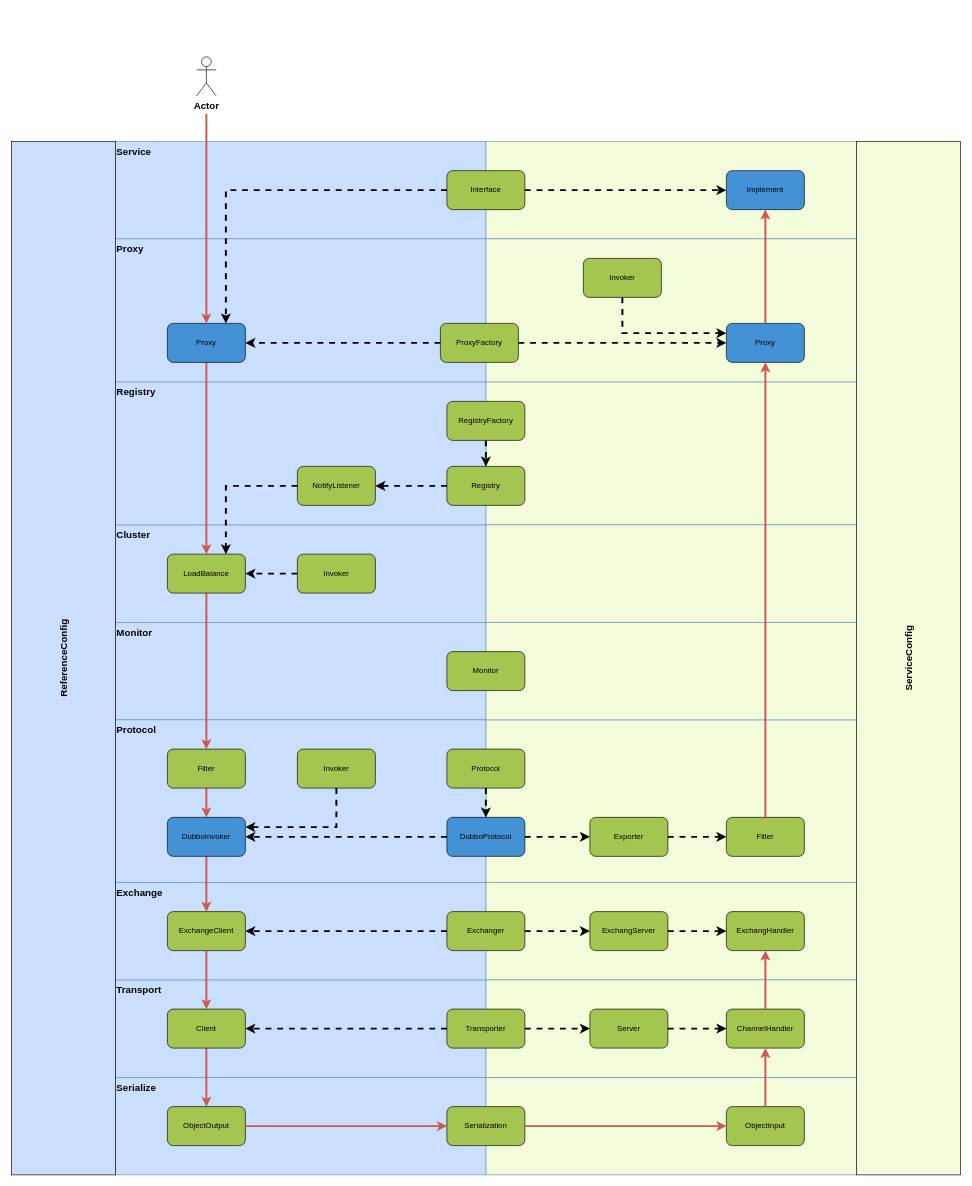
The draw.io diagram dubbo-demo/doc/随记.drawio in sxydh/m-demo, before the edit. Source tidied: cells renumbered, new cells numbered last; positions are measured from the earlier drawing's top-left corner, leaving out a move shared by most shapes. Both pictures are drawn from the tidied source at 65%, with x=0, y=0 at pixel (11, 57).
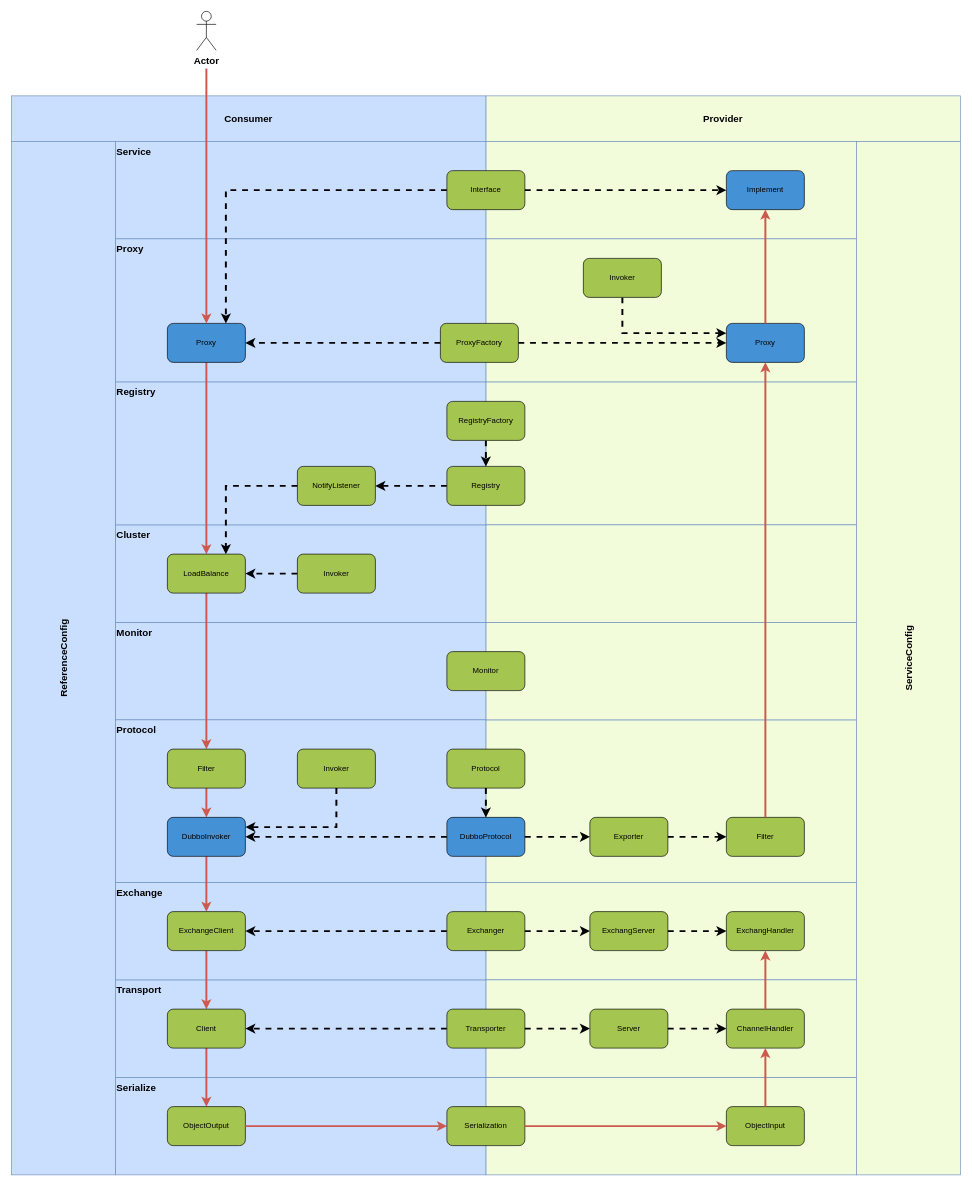
The same diagram, later.

The edit, as a diff of the source:
```diff
@@
+    <mxCell id="86" value="Provider" style="rounded=0;whiteSpace=wrap;html=1;verticalAlign=middle;align=center;fontStyle=1;fontSize=15;strokeWidth=1;fillColor=#F2FCDA;strokeColor=#6c8ebf;" parent="1" vertex="1">
+      <mxGeometry x="730" y="60" width="730" height="70" as="geometry" />
+    </mxCell>
+    <mxCell id="87" value="Consumer" style="rounded=0;whiteSpace=wrap;html=1;verticalAlign=middle;align=center;fontStyle=1;fontSize=15;strokeWidth=1;fillColor=#CADFFE;strokeColor=#6c8ebf;" parent="1" vertex="1">
+      <mxGeometry y="60" width="730" height="70" as="geometry" />
+    </mxCell>
@@
-    <mxCell id="37" value="ReferenceConfig" style="rounded=0;whiteSpace=wrap;html=1;verticalAlign=middle;align=center;fontStyle=1;fontSize=15;horizontal=0;fillColor=#CADFFE;" parent="1" vertex="1">
+    <mxCell id="37" value="ReferenceConfig" style="rounded=0;whiteSpace=wrap;html=1;verticalAlign=middle;align=center;fontStyle=1;fontSize=15;horizontal=0;fillColor=#CADFFE;strokeColor=#6C8EBF;" parent="1" vertex="1">
       <mxGeometry y="130" width="160" height="1590" as="geometry" />
     </mxCell>
@@
     <mxCell id="78" value="Actor" style="shape=umlActor;verticalLabelPosition=bottom;verticalAlign=top;html=1;outlineConnect=0;points=[[0,0.3333333333333333,0,0,0],[0,1,0,0,0],[0.25,0.1,0,0,0],[0.5,0,0,0,0],[0.5,0.5,0,0,0],[0.5,1,0,0,28],[0.75,0.1,0,0,0],[1,0.3333333333333333,0,0,0],[1,1,0,0,0]];fontStyle=1;fontSize=15;" parent="1" vertex="1">
-      <mxGeometry x="285" width="30" height="60" as="geometry" />
+      <mxGeometry x="285" y="-70" width="30" height="60" as="geometry" />
     </mxCell>
@@
-    <mxCell id="85" value="ServiceConfig" style="rounded=0;whiteSpace=wrap;html=1;verticalAlign=middle;align=center;fontStyle=1;fontSize=15;horizontal=0;fillColor=#F2FCDA;" parent="1" vertex="1">
+    <mxCell id="85" value="ServiceConfig" style="rounded=0;whiteSpace=wrap;html=1;verticalAlign=middle;align=center;fontStyle=1;fontSize=15;horizontal=0;fillColor=#F2FCDA;strokeColor=#6C8EBF;" parent="1" vertex="1">
       <mxGeometry x="1300" y="130" width="160" height="1590" as="geometry" />
     </mxCell>
```
